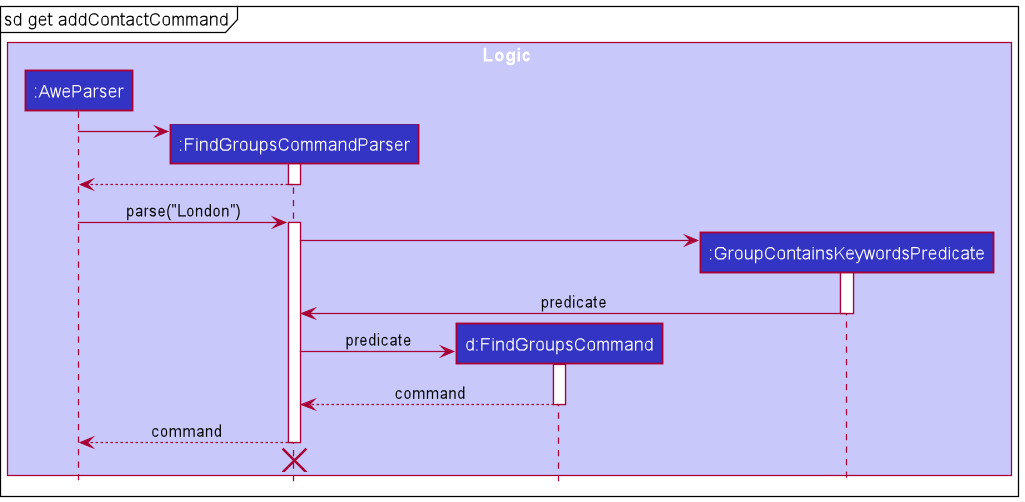
The PlantUML diagram docs/images/FindGroupsRefSequenceDiagram.png in ramapriyan912001/tp, before a commit.
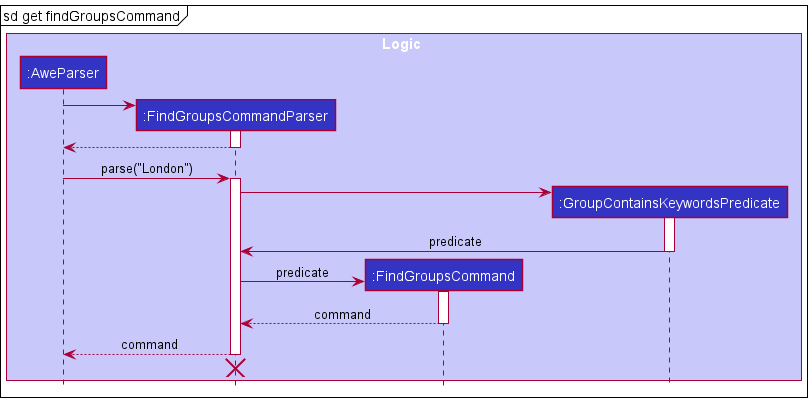
After the commit.

Commit message:
Update find groups sequence diagram

Diff of the diagram source:
```diff
@@ -4,12 +4,12 @@
 box Logic LOGIC_COLOR_T1
 participant ":AweParser" as AweParser LOGIC_COLOR
 participant ":FindGroupsCommandParser" as FindGroupsCommandParser LOGIC_COLOR
-participant "d:FindGroupsCommand" as FindGroupsCommand LOGIC_COLOR
+participant ":FindGroupsCommand" as FindGroupsCommand LOGIC_COLOR
 participant ":GroupContainsKeywordsPredicate" as GroupContainsKeywordsPredicate LOGIC_COLOR
 end box
 
 
-mainframe sd get addContactCommand
+mainframe sd get findGroupsCommand
 
 create FindGroupsCommandParser
 AweParser -> FindGroupsCommandParser
```
